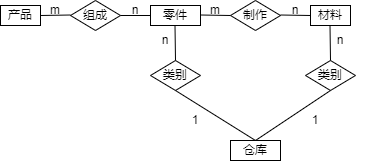
Above: 2.drawio.png in CodingFlashe/graph (draw.io), before the change. Source tidied: cells renumbered, new cells last; positions are measured from the earlier drawing's top-left corner, leaving out a move shared by most shapes.
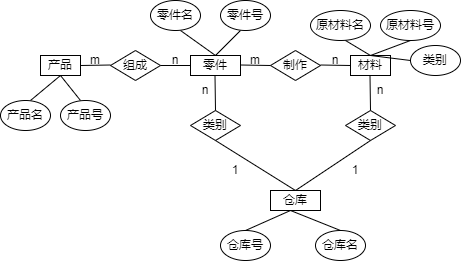
Above is the later version.

Diff of the diagram source:
```diff
@@ -91,5 +91,80 @@
     <mxCell id="26" value="n" style="text;html=1;strokeColor=none;fillColor=none;align=center;verticalAlign=middle;whiteSpace=wrap;rounded=0;" parent="1" vertex="1">
       <mxGeometry x="310" y="25" width="60" height="30" as="geometry" />
     </mxCell>
+    <mxCell id="27" style="endArrow=none;html=1;rounded=0;exitX=0.75;exitY=0;exitDx=0;exitDy=0;" parent="1" edge="1">
+      <mxGeometry relative="1" as="geometry">
+        <mxPoint x="-10" y="50" as="sourcePoint" />
+        <mxPoint x="20" y="25" as="targetPoint" />
+      </mxGeometry>
+    </mxCell>
+    <mxCell id="28" style="endArrow=none;html=1;rounded=0;exitX=0.5;exitY=0;exitDx=0;exitDy=0;" parent="1" edge="1">
+      <mxGeometry relative="1" as="geometry">
+        <mxPoint x="40" y="50" as="sourcePoint" />
+        <mxPoint x="20" y="25" as="targetPoint" />
+      </mxGeometry>
+    </mxCell>
+    <mxCell id="29" style="endArrow=none;html=1;rounded=0;exitX=0.5;exitY=0;exitDx=0;exitDy=0;" parent="1" edge="1" source="5">
+      <mxGeometry relative="1" as="geometry">
+        <mxPoint x="140" y="-20" as="targetPoint" />
+      </mxGeometry>
+    </mxCell>
+    <mxCell id="30" style="endArrow=none;html=1;rounded=0;exitX=0.5;exitY=0;exitDx=0;exitDy=0;" parent="1" edge="1" source="5">
+      <mxGeometry relative="1" as="geometry">
+        <mxPoint x="200" y="-20" as="targetPoint" />
+      </mxGeometry>
+    </mxCell>
+    <mxCell id="31" value="产品名" style="ellipse;whiteSpace=wrap;html=1;" parent="1" vertex="1">
+      <mxGeometry x="-40" y="50" width="50" height="30" as="geometry" />
+    </mxCell>
+    <mxCell id="32" value="产品号" style="ellipse;whiteSpace=wrap;html=1;" parent="1" vertex="1">
+      <mxGeometry x="20" y="50" width="50" height="30" as="geometry" />
+    </mxCell>
+    <mxCell id="33" value="零件名" style="ellipse;whiteSpace=wrap;html=1;" parent="1" vertex="1">
+      <mxGeometry x="110" y="-50" width="50" height="30" as="geometry" />
+    </mxCell>
+    <mxCell id="34" value="零件号" style="ellipse;whiteSpace=wrap;html=1;" parent="1" vertex="1">
+      <mxGeometry x="180" y="-50" width="50" height="30" as="geometry" />
+    </mxCell>
+    <mxCell id="35" value="原材料名" style="ellipse;whiteSpace=wrap;html=1;" parent="1" vertex="1">
+      <mxGeometry x="270" y="-40" width="60" height="30" as="geometry" />
+    </mxCell>
+    <mxCell id="36" value="原材料号" style="ellipse;whiteSpace=wrap;html=1;" parent="1" vertex="1">
+      <mxGeometry x="340" y="-40" width="60" height="30" as="geometry" />
+    </mxCell>
+    <mxCell id="37" value="类别" style="ellipse;whiteSpace=wrap;html=1;" parent="1" vertex="1">
+      <mxGeometry x="370" y="-5" width="50" height="30" as="geometry" />
+    </mxCell>
+    <mxCell id="38" style="endArrow=none;html=1;rounded=0;exitX=0.5;exitY=0;exitDx=0;exitDy=0;" parent="1" edge="1" source="11">
+      <mxGeometry relative="1" as="geometry">
+        <mxPoint x="305" y="-10" as="targetPoint" />
+      </mxGeometry>
+    </mxCell>
+    <mxCell id="39" style="endArrow=none;html=1;rounded=0;entryX=0.5;entryY=1;entryDx=0;entryDy=0;" parent="1" edge="1" target="36">
+      <mxGeometry relative="1" as="geometry">
+        <mxPoint x="330" y="5" as="sourcePoint" />
+      </mxGeometry>
+    </mxCell>
+    <mxCell id="40" style="endArrow=none;html=1;rounded=0;" parent="1" edge="1">
+      <mxGeometry relative="1" as="geometry">
+        <mxPoint x="330" y="5" as="sourcePoint" />
+        <mxPoint x="370" y="10" as="targetPoint" />
+      </mxGeometry>
+    </mxCell>
+    <mxCell id="41" value="仓库号" style="ellipse;whiteSpace=wrap;html=1;" parent="1" vertex="1">
+      <mxGeometry x="180" y="180" width="50" height="30" as="geometry" />
+    </mxCell>
+    <mxCell id="42" value="仓库名" style="ellipse;whiteSpace=wrap;html=1;" parent="1" vertex="1">
+      <mxGeometry x="275" y="180" width="50" height="30" as="geometry" />
+    </mxCell>
+    <mxCell id="43" style="endArrow=none;html=1;rounded=0;exitX=0.5;exitY=0;exitDx=0;exitDy=0;" parent="1" edge="1" source="41">
+      <mxGeometry relative="1" as="geometry">
+        <mxPoint x="250" y="160" as="targetPoint" />
+      </mxGeometry>
+    </mxCell>
+    <mxCell id="44" style="endArrow=none;html=1;rounded=0;exitX=0.5;exitY=0;exitDx=0;exitDy=0;" parent="1" edge="1" source="42">
+      <mxGeometry relative="1" as="geometry">
+        <mxPoint x="250" y="160" as="targetPoint" />
+      </mxGeometry>
+    </mxCell>
   </root>
 </mxGraphModel>
```
